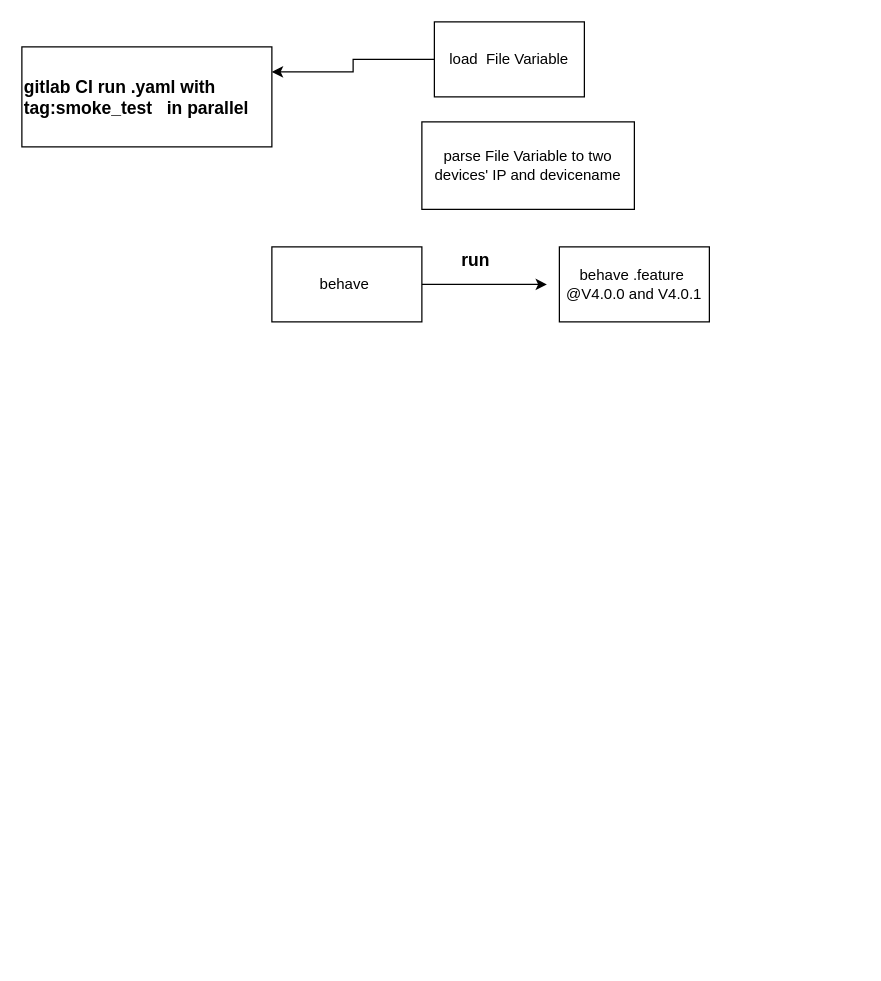
Earlier version of the draw.io diagram two_devices_report.drawio (Chenguoqing2008/drawio). Source tidied: cells renumbered, new cells numbered last; positions are measured from the earlier drawing's top-left corner, leaving out a move shared by most shapes. Both pictures are drawn from the tidied source at 125%, with x=0, y=0 at pixel (21, 21).
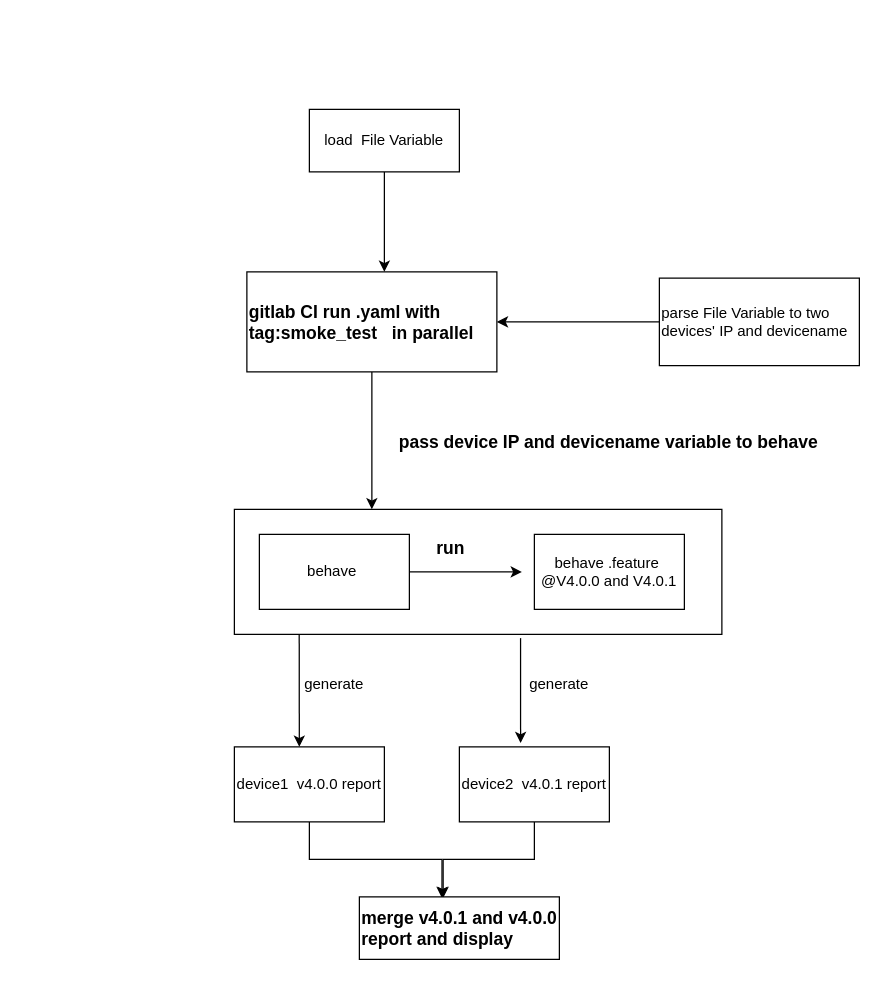
Above is the later version.

What changed in the source:
```diff
@@
+    <mxCell id="10" style="rounded=0;whiteSpace=wrap;html=1;" parent="1" vertex="1">
+      <mxGeometry x="170" y="390" width="390" height="100" as="geometry" />
+    </mxCell>
     <mxCell id="2" value="behave .feature&amp;nbsp;&lt;br&gt;@V4.0.0 and V4.0.1" style="rounded=0;whiteSpace=wrap;html=1;" parent="1" vertex="1">
-      <mxGeometry x="430" y="180" width="120" height="60" as="geometry" />
+      <mxGeometry x="410" y="410" width="120" height="60" as="geometry" />
     </mxCell>
     <mxCell id="3" style="edgeStyle=orthogonalEdgeStyle;rounded=0;jettySize=auto;html=1;exitX=1;exitY=0.5;exitDx=0;exitDy=0;" parent="1" edge="1" source="4">
       <mxGeometry relative="1" as="geometry">
-        <mxPoint x="420" y="210" as="targetPoint" />
+        <mxPoint x="400" y="440" as="targetPoint" />
       </mxGeometry>
     </mxCell>
     <mxCell id="4" value="behave&amp;nbsp;" style="rounded=0;whiteSpace=wrap;html=1;" parent="1" vertex="1">
-      <mxGeometry x="200" y="180" width="120" height="60" as="geometry" />
+      <mxGeometry x="190" y="410" width="120" height="60" as="geometry" />
     </mxCell>
     <mxCell id="5" value="&lt;font style=&quot;font-size: 14px&quot;&gt;&lt;b&gt;run&lt;/b&gt;&lt;/font&gt;" style="text;html=1;align=left;verticalAlign=top;spacingTop=-4;" parent="1" vertex="1">
-      <mxGeometry x="350" y="180" width="40" height="20" as="geometry" />
+      <mxGeometry x="330" y="410" width="40" height="20" as="geometry" />
     </mxCell>
+    <mxCell id="11" style="edgeStyle=orthogonalEdgeStyle;rounded=0;jettySize=auto;html=1;exitX=0.5;exitY=1;exitDx=0;exitDy=0;entryX=0.282;entryY=0;entryDx=0;entryDy=0;entryPerimeter=0;" parent="1" edge="1" source="6" target="10">
+      <mxGeometry relative="1" as="geometry" />
+    </mxCell>
     <mxCell id="6" value="&lt;font style=&quot;font-size: 14px&quot;&gt;&lt;b&gt;gitlab CI run .yaml with tag:smoke_test&amp;nbsp; &amp;nbsp;in parallel&lt;/b&gt;&lt;/font&gt;" style="rounded=0;whiteSpace=wrap;html=1;align=left;" parent="1" vertex="1">
-      <mxGeometry y="20" width="200" height="80" as="geometry" />
+      <mxGeometry x="180" y="200" width="200" height="80" as="geometry" />
     </mxCell>
-    <mxCell id="7" style="edgeStyle=orthogonalEdgeStyle;rounded=0;jettySize=auto;html=1;exitX=0;exitY=0.5;exitDx=0;exitDy=0;entryX=1;entryY=0.25;entryDx=0;entryDy=0;" parent="1" edge="1" source="8" target="6">
+    <mxCell id="7" style="edgeStyle=orthogonalEdgeStyle;rounded=0;jettySize=auto;html=1;exitX=0.5;exitY=1;exitDx=0;exitDy=0;entryX=0.55;entryY=0;entryDx=0;entryDy=0;entryPerimeter=0;" parent="1" edge="1" source="8" target="6">
       <mxGeometry relative="1" as="geometry" />
     </mxCell>
     <mxCell id="8" value="load&amp;nbsp; File Variable" style="rounded=0;whiteSpace=wrap;html=1;" parent="1" vertex="1">
-      <mxGeometry x="330" width="120" height="60" as="geometry" />
+      <mxGeometry x="230" y="70" width="120" height="50" as="geometry" />
     </mxCell>
+    <mxCell id="12" style="edgeStyle=orthogonalEdgeStyle;rounded=0;jettySize=auto;html=1;exitX=0;exitY=0.5;exitDx=0;exitDy=0;entryX=1;entryY=0.5;entryDx=0;entryDy=0;" parent="1" edge="1" source="9" target="6">
+      <mxGeometry relative="1" as="geometry" />
+    </mxCell>
-    <mxCell id="9" value="parse File Variable to two devices' IP and devicename" style="rounded=0;whiteSpace=wrap;html=1;" parent="1" vertex="1">
-      <mxGeometry x="320" y="80" width="170" height="70" as="geometry" />
+    <mxCell id="9" value="parse File Variable to two devices' IP and devicename" style="rounded=0;whiteSpace=wrap;html=1;align=left;" parent="1" vertex="1">
+      <mxGeometry x="510" y="205" width="160" height="70" as="geometry" />
     </mxCell>
+    <mxCell id="13" value="&lt;b&gt;&lt;font style=&quot;font-size: 14px&quot;&gt;pass device IP and devicename variable to behave&lt;/font&gt;&lt;/b&gt;" style="text;html=1;align=left;verticalAlign=top;spacingTop=-4;" parent="1" vertex="1">
+      <mxGeometry x="300" y="325" width="350" height="20" as="geometry" />
+    </mxCell>
+    <mxCell id="14" style="edgeStyle=orthogonalEdgeStyle;rounded=0;jettySize=auto;html=1;exitX=0.5;exitY=1;exitDx=0;exitDy=0;entryX=0.413;entryY=0.02;entryDx=0;entryDy=0;entryPerimeter=0;" parent="1" edge="1" source="15" target="22">
+      <mxGeometry relative="1" as="geometry" />
+    </mxCell>
+    <mxCell id="15" value="device1&amp;nbsp; v4.0.0 report" style="rounded=0;whiteSpace=wrap;html=1;" parent="1" vertex="1">
+      <mxGeometry x="170" y="580" width="120" height="60" as="geometry" />
+    </mxCell>
+    <mxCell id="16" style="endArrow=classic;html=1;entryX=0.433;entryY=0;entryDx=0;entryDy=0;entryPerimeter=0;exitX=0.133;exitY=1;exitDx=0;exitDy=0;exitPerimeter=0;" parent="1" edge="1" source="10" target="15">
+      <mxGeometry relative="1" as="geometry" />
+    </mxCell>
+    <mxCell id="17" value="generate" style="text;html=1;strokeColor=none;fillColor=none;align=center;verticalAlign=middle;whiteSpace=wrap;rounded=0;" parent="1" vertex="1">
+      <mxGeometry x="230" y="520" width="40" height="20" as="geometry" />
+    </mxCell>
+    <mxCell id="18" style="edgeStyle=orthogonalEdgeStyle;rounded=0;jettySize=auto;html=1;exitX=0.5;exitY=1;exitDx=0;exitDy=0;entryX=0.419;entryY=0.02;entryDx=0;entryDy=0;entryPerimeter=0;" parent="1" edge="1" source="19" target="22">
+      <mxGeometry relative="1" as="geometry" />
+    </mxCell>
+    <mxCell id="19" value="device2&amp;nbsp; v4.0.1 report" style="rounded=0;whiteSpace=wrap;html=1;" parent="1" vertex="1">
+      <mxGeometry x="350" y="580" width="120" height="60" as="geometry" />
+    </mxCell>
+    <mxCell id="20" value="generate" style="text;html=1;strokeColor=none;fillColor=none;align=center;verticalAlign=middle;whiteSpace=wrap;rounded=0;" parent="1" vertex="1">
+      <mxGeometry x="410" y="520" width="40" height="20" as="geometry" />
+    </mxCell>
+    <mxCell id="21" style="endArrow=classic;html=1;exitX=0.587;exitY=1.03;exitDx=0;exitDy=0;exitPerimeter=0;" parent="1" edge="1" source="10">
+      <mxGeometry relative="1" as="geometry">
+        <mxPoint x="399" y="577" as="targetPoint" />
+      </mxGeometry>
+    </mxCell>
+    <mxCell id="22" value="&lt;font style=&quot;font-size: 14px&quot;&gt;&lt;b&gt;merge v4.0.1 and v4.0.0 report and display&lt;/b&gt;&lt;/font&gt;" style="rounded=0;whiteSpace=wrap;html=1;align=left;" parent="1" vertex="1">
+      <mxGeometry x="270" y="700" width="160" height="50" as="geometry" />
+    </mxCell>
```
